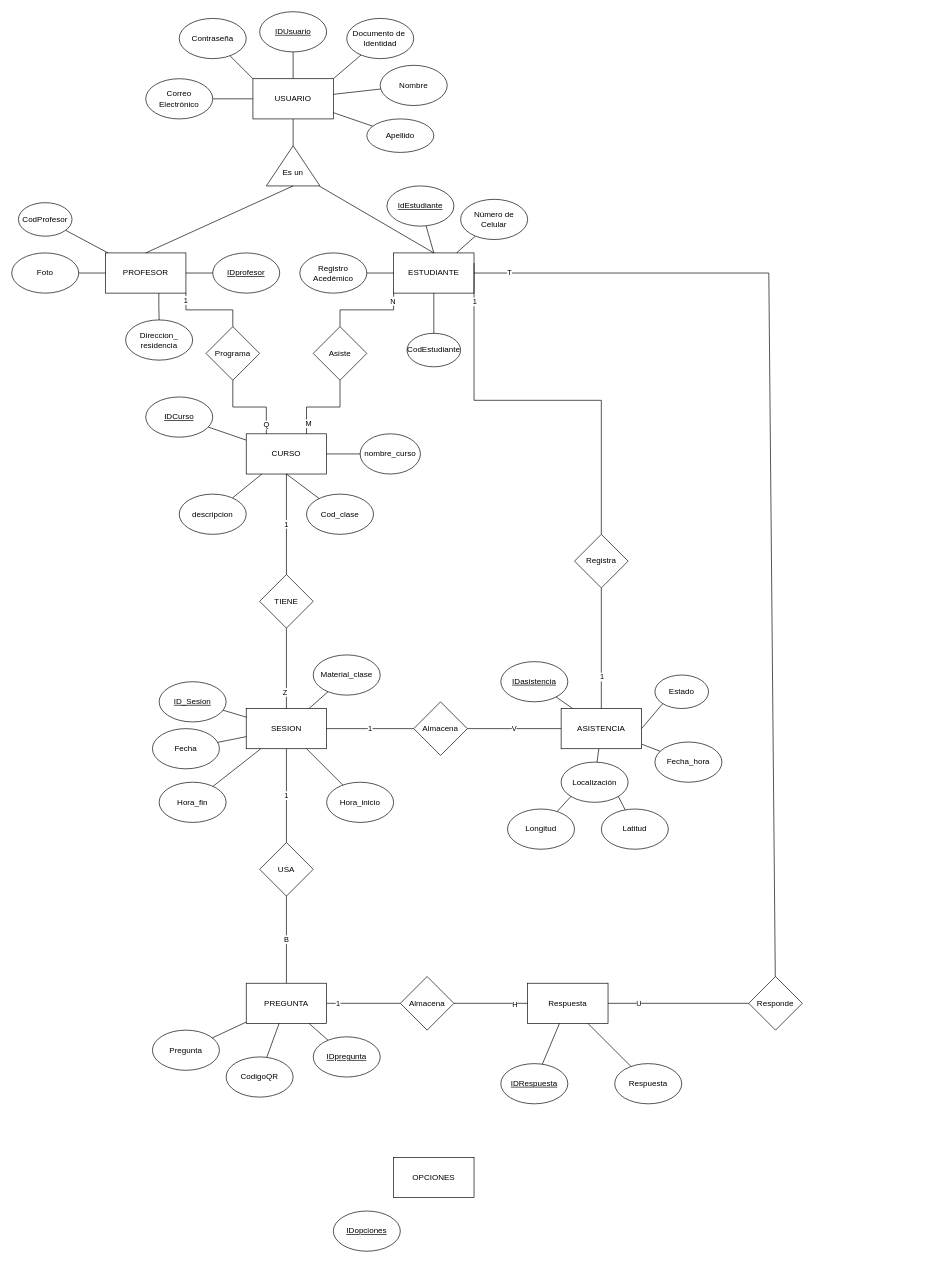
Earlier version of the draw.io diagram Attenzio Entidad-Relación_02.drawio (18luisc/Attenzio). Source tidied: cells renumbered, new cells numbered last; positions are measured from the earlier drawing's top-left corner, leaving out a move shared by most shapes. Both pictures are drawn from the tidied source at 67%, with x=0, y=0 at pixel (11, 11).
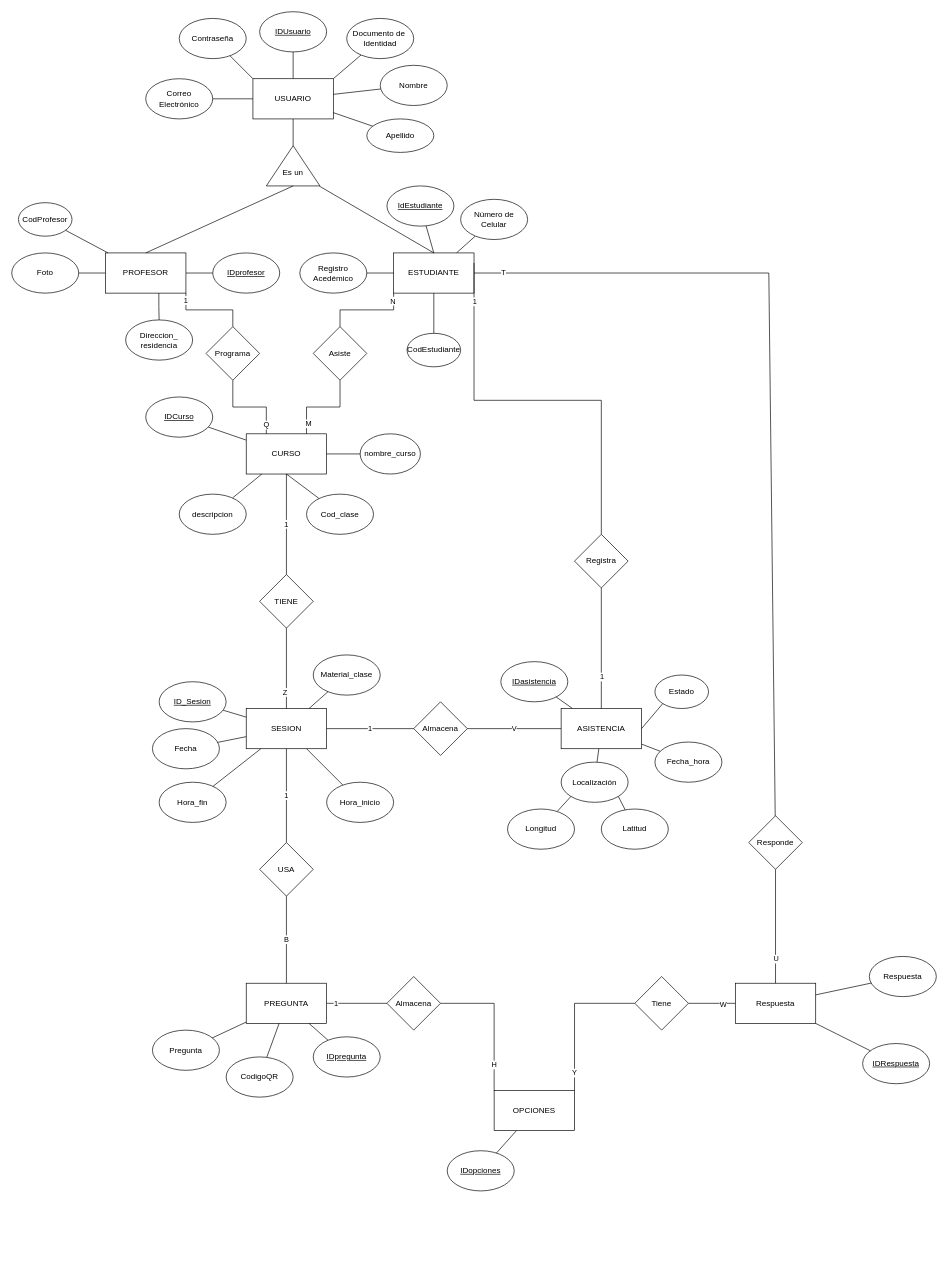
The same page after the edit.

Commit message:
Modificación Entidad Opciones

The edit, as a diff of the source:
```diff
@@
     <mxCell id="72" value="Responde" style="rhombus;whiteSpace=wrap;html=1;" parent="1" vertex="1">
-      <mxGeometry x="1100" y="1440" width="80" height="80" as="geometry" />
+      <mxGeometry x="1100" y="1200" width="80" height="80" as="geometry" />
     </mxCell>
@@
+    <mxCell id="120" style="edgeStyle=orthogonalEdgeStyle;rounded=0;jettySize=auto;html=1;endArrow=none;endFill=0;" parent="1" edge="1" source="100" target="125">
+      <mxGeometry relative="1" as="geometry" />
+    </mxCell>
+    <mxCell id="121" value="W" style="edgeLabel;html=1;align=center;verticalAlign=middle;" parent="120" vertex="1">
+      <mxGeometry x="-0.47" y="1" relative="1" as="geometry" />
+    </mxCell>
     <mxCell id="100" value="Respuesta" style="rounded=0;whiteSpace=wrap;html=1;" parent="1" vertex="1">
-      <mxGeometry x="770" y="1450" width="120" height="60" as="geometry" />
+      <mxGeometry x="1080" y="1450" width="120" height="60" as="geometry" />
     </mxCell>
     <mxCell id="101" value="&lt;u&gt;IDRespuesta&lt;/u&gt;" style="ellipse;whiteSpace=wrap;html=1;" parent="1" vertex="1">
-      <mxGeometry x="730" y="1570" width="100" height="60" as="geometry" />
+      <mxGeometry x="1270" y="1540" width="100" height="60" as="geometry" />
     </mxCell>
     <mxCell id="102" value="Almacena" style="rhombus;whiteSpace=wrap;html=1;" parent="1" vertex="1">
-      <mxGeometry x="580" y="1440" width="80" height="80" as="geometry" />
+      <mxGeometry x="560" y="1440" width="80" height="80" as="geometry" />
     </mxCell>
-    <mxCell id="103" style="endArrow=none;html=1;rounded=0;entryX=0;entryY=0.5;entryDx=0;entryDy=0;exitX=1;exitY=0.5;exitDx=0;exitDy=0;" parent="1" edge="1" source="102" target="100">
+    <mxCell id="103" style="endArrow=none;html=1;rounded=0;entryX=0;entryY=0;entryDx=0;entryDy=0;exitX=1;exitY=0.5;exitDx=0;exitDy=0;edgeStyle=orthogonalEdgeStyle;" parent="1" edge="1" source="102" target="118">
       <mxGeometry relative="1" as="geometry" />
     </mxCell>
@@
     <mxCell id="105" value="Respuesta" style="ellipse;whiteSpace=wrap;html=1;" parent="1" vertex="1">
-      <mxGeometry x="900" y="1570" width="100" height="60" as="geometry" />
+      <mxGeometry x="1280" y="1410" width="100" height="60" as="geometry" />
     </mxCell>
@@
     <mxCell id="118" value="OPCIONES" style="rounded=0;whiteSpace=wrap;html=1;" parent="1" vertex="1">
-      <mxGeometry x="570" y="1710" width="120" height="60" as="geometry" />
+      <mxGeometry x="720" y="1610" width="120" height="60" as="geometry" />
     </mxCell>
+    <mxCell id="122" style="rounded=0;jettySize=auto;html=1;endArrow=none;endFill=0;" parent="1" edge="1" source="119" target="118">
+      <mxGeometry relative="1" as="geometry" />
+    </mxCell>
     <mxCell id="119" value="&lt;u&gt;IDopciones&lt;/u&gt;" style="ellipse;whiteSpace=wrap;html=1;" parent="1" vertex="1">
-      <mxGeometry x="480" y="1790" width="100" height="60" as="geometry" />
+      <mxGeometry x="650" y="1700" width="100" height="60" as="geometry" />
     </mxCell>
+    <mxCell id="123" style="endArrow=none;html=1;rounded=0;entryX=1;entryY=0;entryDx=0;entryDy=0;exitX=0;exitY=0.5;exitDx=0;exitDy=0;edgeStyle=orthogonalEdgeStyle;" parent="1" edge="1" source="125" target="118">
+      <mxGeometry relative="1" as="geometry" />
+    </mxCell>
+    <mxCell id="124" value="Y" style="edgeLabel;html=1;align=center;verticalAlign=middle;" parent="123" vertex="1">
+      <mxGeometry x="0.75" y="-1" relative="1" as="geometry" />
+    </mxCell>
+    <mxCell id="125" value="Tiene" style="rhombus;whiteSpace=wrap;html=1;" parent="1" vertex="1">
+      <mxGeometry x="930" y="1440" width="80" height="80" as="geometry" />
+    </mxCell>
```
